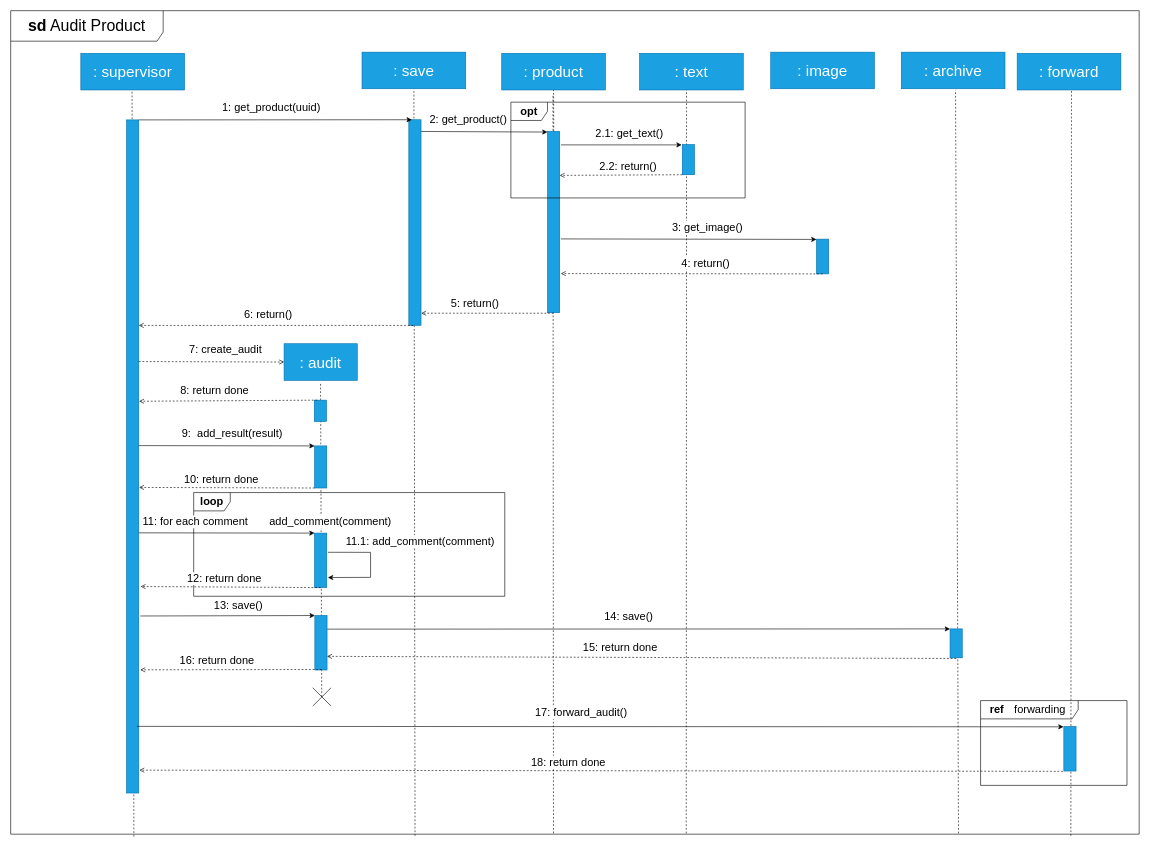
Darrenchenn/Model-based-software-design keeps this draw.io diagram as Documentation/Interaction Diagram/Audit creation.drawio. Above is the earlier version. Source tidied: cells renumbered, new cells numbered last; positions are measured from the earlier drawing's top-left corner, leaving out a move shared by most shapes. Both pictures are drawn from the tidied source at 61%, with x=0, y=0 at pixel (-204, 10).
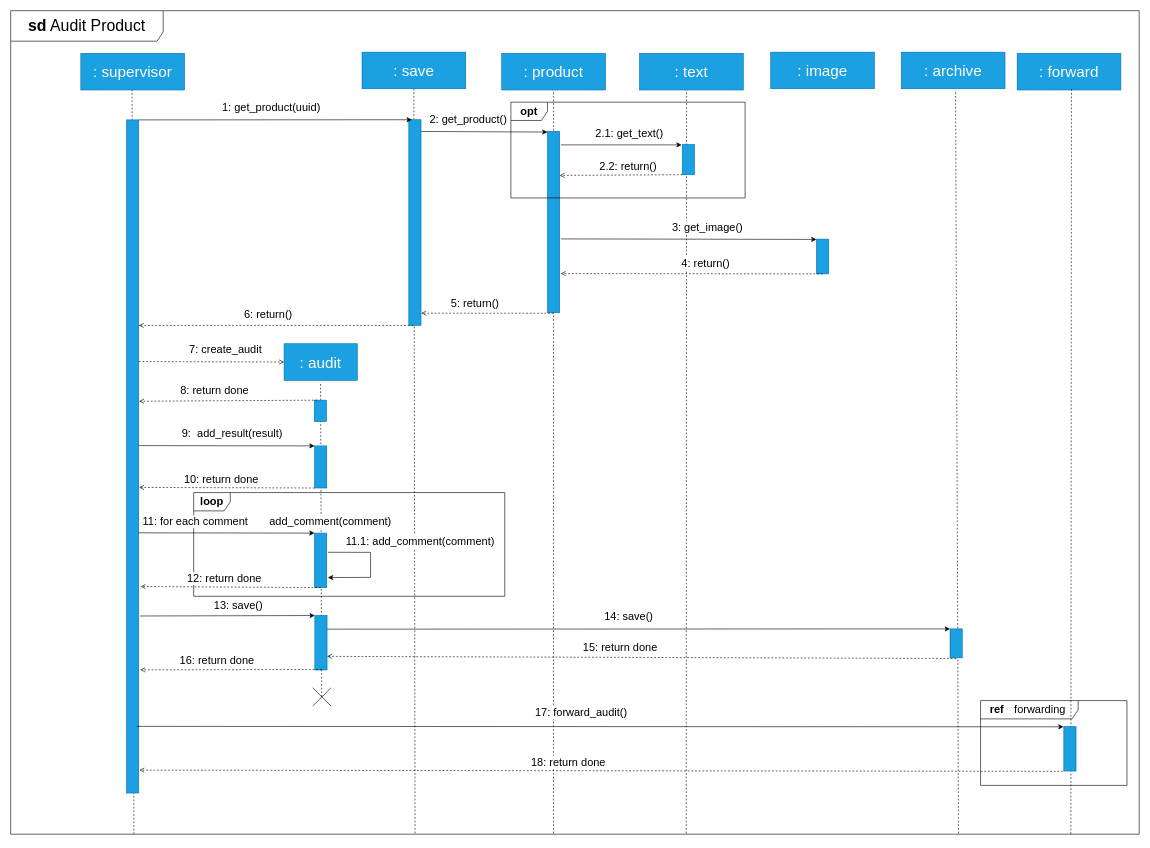
The same page after the edit.

Commit message (it also covers changes not shown here):
upload interaction diagram pdf version

The change refers to these unchanged cells:
```xml
<mxCell id="9" value="&lt;font style=&quot;font-size: 26px;&quot;&gt;&lt;b style=&quot;&quot;&gt;sd&lt;/b&gt; Audit Product&lt;/font&gt;&lt;span style=&quot;font-size: 18px; text-align: start;&quot;&gt;&lt;/span&gt;" style="shape=umlFrame;whiteSpace=wrap;html=1;width=250;height=50;fontSize=18;" parent="1" vertex="1">
  <mxGeometry x="352" width="1850" height="1350" as="geometry" />
</mxCell>
<mxCell id="12" value=": product" style="rounded=0;whiteSpace=wrap;html=1;fillColor=#1ba1e2;strokeColor=#006EAF;glass=0;shadow=0;fontColor=#ffffff;fontSize=25;" parent="1" vertex="1">
  <mxGeometry x="1157" y="70" width="170" height="60" as="geometry" />
</mxCell>
<mxCell id="30" value=": save" style="rounded=0;whiteSpace=wrap;html=1;fillColor=#1ba1e2;strokeColor=#006EAF;glass=0;shadow=0;fontColor=#ffffff;fontSize=25;" parent="1" vertex="1">
  <mxGeometry x="928" y="68" width="170" height="60" as="geometry" />
</mxCell>
```

What changed in the source:
```diff
@@
-    <mxCell id="2" style="endArrow=none;dashed=1;html=1;rounded=0;entryX=0.5;entryY=1;entryDx=0;entryDy=0;exitX=0.481;exitY=0.999;exitDx=0;exitDy=0;exitPerimeter=0;fontSize=18;" parent="1" edge="1" source="9">
-      <mxGeometry relative="1" as="geometry">
-        <mxPoint x="1241" y="138" as="targetPoint" />
-      </mxGeometry>
+    <mxCell id="2" style="endArrow=none;dashed=1;html=1;rounded=0;exitX=0.481;exitY=0.999;exitDx=0;exitDy=0;exitPerimeter=0;fontSize=18;" parent="1" edge="1" source="9" target="12">
+      <mxGeometry relative="1" as="geometry" />
     </mxCell>
     <mxCell id="3" style="endArrow=none;dashed=1;html=1;rounded=0;entryX=0.5;entryY=1;entryDx=0;entryDy=0;exitX=0.374;exitY=1.002;exitDx=0;exitDy=0;exitPerimeter=0;fontSize=18;" parent="1" edge="1">
       <mxGeometry relative="1" as="geometry">
-        <mxPoint x="554" y="1354" as="sourcePoint" />
-        <mxPoint x="551" y="131" as="targetPoint" />
+        <mxPoint x="554" y="1350" as="sourcePoint" />
+        <mxPoint x="551" y="127" as="targetPoint" />
       </mxGeometry>
     </mxCell>
@@
-    <mxCell id="7" style="endArrow=none;dashed=1;html=1;rounded=0;entryX=0.5;entryY=1;entryDx=0;entryDy=0;exitX=0.374;exitY=1.002;exitDx=0;exitDy=0;exitPerimeter=0;fontSize=18;" parent="1" edge="1" target="30">
+    <mxCell id="7" style="endArrow=none;dashed=1;html=1;rounded=0;entryX=0.5;entryY=1;entryDx=0;entryDy=0;exitX=0.374;exitY=1.002;exitDx=0;exitDy=0;exitPerimeter=0;fontSize=18;" parent="1" edge="1">
       <mxGeometry relative="1" as="geometry">
-        <mxPoint x="1014.9" y="1352.7" as="sourcePoint" />
+        <mxPoint x="1014.9" y="1348.7" as="sourcePoint" />
+        <mxPoint x="1013" y="124" as="targetPoint" />
       </mxGeometry>
     </mxCell>
@@
-    <mxCell id="13" style="endArrow=none;dashed=1;html=1;rounded=0;fontSize=18;" parent="1" edge="1">
-      <mxGeometry relative="1" as="geometry">
-        <mxPoint x="1242.3" y="197.8" as="sourcePoint" />
-        <mxPoint x="1242" y="130" as="targetPoint" />
-      </mxGeometry>
-    </mxCell>
@@
     <mxCell id="36" style="endArrow=none;dashed=1;html=1;rounded=0;entryX=0.5;entryY=1;entryDx=0;entryDy=0;exitX=0.88;exitY=1.002;exitDx=0;exitDy=0;exitPerimeter=0;fontSize=18;" parent="1" edge="1">
       <mxGeometry relative="1" as="geometry">
-        <mxPoint x="2090" y="1352.7" as="sourcePoint" />
-        <mxPoint x="2091" y="131" as="targetPoint" />
+        <mxPoint x="2090" y="1349.7" as="sourcePoint" />
+        <mxPoint x="2091" y="128" as="targetPoint" />
       </mxGeometry>
     </mxCell>
```
